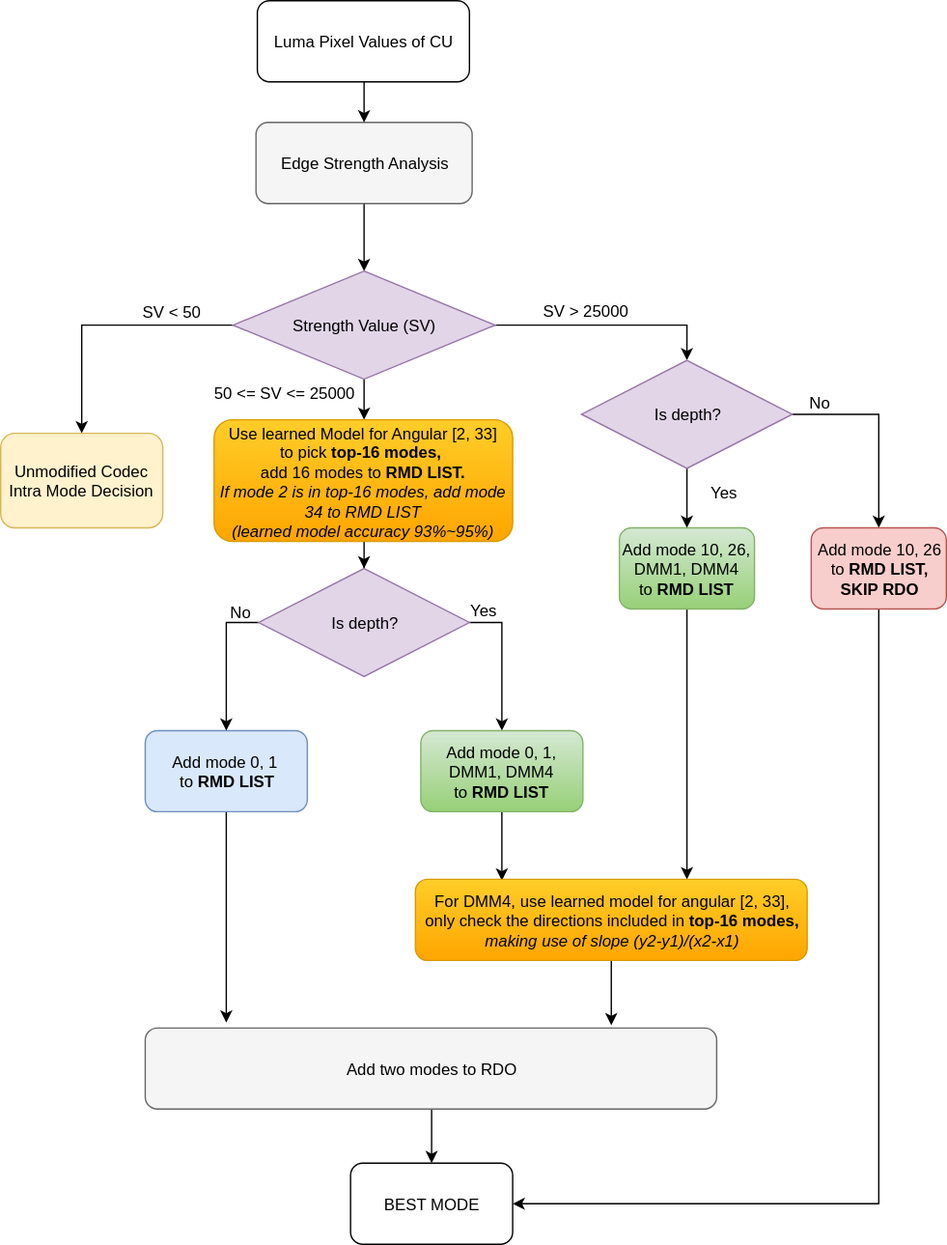
PharrellWANG/docs-for-fast-depth-coding-using-deep-learning keeps this draw.io diagram as _static/Proposed-Intra-Mode-Decision-Flowchart.svg. Above is the earlier version. Source tidied: cells renumbered, new cells last; positions are measured from the earlier drawing's top-left corner, leaving out a move shared by most shapes.
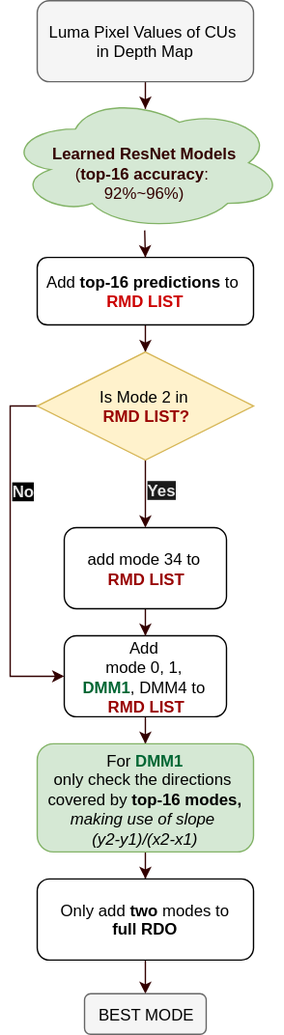
The same file after the commit.

The edit, as a diff of the source:
```diff
@@ -2,137 +2,76 @@
   <root>
     <mxCell id="0" />
     <mxCell id="1" parent="0" />
-    <mxCell id="2" style="edgeStyle=orthogonalEdgeStyle;rounded=0;html=1;entryX=0.5;entryY=0;jettySize=auto;" parent="1" edge="1" source="3" target="9">
-      <mxGeometry relative="1" as="geometry" />
-    </mxCell>
-    <mxCell id="3" value="Edge Strength Analysis" style="rounded=1;whiteSpace=wrap;html=1;gradientDirection=north;fillColor=#f5f5f5;strokeColor=#666666;" parent="1" vertex="1">
-      <mxGeometry x="189" y="90" width="160" height="60" as="geometry" />
-    </mxCell>
-    <mxCell id="4" style="edgeStyle=orthogonalEdgeStyle;rounded=0;html=1;exitX=0.5;exitY=1;entryX=0.5;entryY=0;jettySize=auto;" parent="1" edge="1" source="5" target="3">
-      <mxGeometry relative="1" as="geometry" />
-    </mxCell>
+    <mxCell id="40" style="edgeStyle=orthogonalEdgeStyle;rounded=0;html=1;entryX=0.502;entryY=0.1;entryPerimeter=0;jettySize=auto;strokeColor=#330000;" parent="1" edge="1" source="5" target="45">
+      <mxGeometry relative="1" as="geometry" />
+    </mxCell>
-    <mxCell id="5" value="Luma Pixel Values of CU" style="rounded=1;whiteSpace=wrap;html=1;fillColor=#ffffff;strokeColor=#000000;" parent="1" vertex="1">
-      <mxGeometry x="190" width="157" height="60" as="geometry" />
+    <mxCell id="5" value="Luma Pixel Values of CUs&amp;nbsp;&lt;div&gt;in Depth Map&lt;/div&gt;" style="rounded=1;whiteSpace=wrap;html=1;fillColor=#f5f5f5;strokeColor=#666666;" parent="1" vertex="1">
+      <mxGeometry x="190" y="-10" width="160" height="60" as="geometry" />
     </mxCell>
-    <mxCell id="6" style="edgeStyle=orthogonalEdgeStyle;rounded=0;html=1;jettySize=auto;entryX=0.5;entryY=0;" parent="1" edge="1" source="9" target="11">
-      <mxGeometry relative="1" as="geometry">
-        <Array as="points">
-          <mxPoint x="60" y="240" />
-        </Array>
-      </mxGeometry>
-    </mxCell>
-    <mxCell id="7" style="edgeStyle=orthogonalEdgeStyle;rounded=0;html=1;entryX=0.5;entryY=0;jettySize=auto;" parent="1" edge="1" source="9" target="29">
-      <mxGeometry relative="1" as="geometry" />
-    </mxCell>
-    <mxCell id="8" style="edgeStyle=orthogonalEdgeStyle;rounded=0;html=1;entryX=0.5;entryY=0;jettySize=auto;" parent="1" edge="1" source="9" target="14">
-      <mxGeometry relative="1" as="geometry" />
-    </mxCell>
-    <mxCell id="9" value="Strength Value (SV)" style="rhombus;whiteSpace=wrap;html=1;fillColor=#e1d5e7;strokeColor=#9673a6;" parent="1" vertex="1">
-      <mxGeometry x="172" y="200" width="194" height="80" as="geometry" />
-    </mxCell>
-    <mxCell id="10" value="SV &amp;lt; 50" style="text;html=1;strokeColor=none;fillColor=none;align=center;verticalAlign=middle;whiteSpace=wrap;" parent="1" vertex="1">
-      <mxGeometry x="86" y="220" width="80" height="20" as="geometry" />
-    </mxCell>
-    <mxCell id="11" value="Unmodified Codec Intra Mode Decision" style="rounded=1;whiteSpace=wrap;html=1;fillColor=#fff2cc;strokeColor=#d6b656;" parent="1" vertex="1">
-      <mxGeometry y="320" width="120" height="70" as="geometry" />
-    </mxCell>
-    <mxCell id="12" value="50 &amp;lt;= SV &amp;lt;= 25000" style="text;html=1;strokeColor=none;fillColor=none;align=center;verticalAlign=middle;whiteSpace=wrap;" parent="1" vertex="1">
-      <mxGeometry x="140" y="280" width="140" height="20" as="geometry" />
-    </mxCell>
-    <mxCell id="13" style="edgeStyle=orthogonalEdgeStyle;rounded=0;html=1;entryX=0.5;entryY=0;jettySize=auto;" parent="1" edge="1" source="14" target="19">
-      <mxGeometry relative="1" as="geometry" />
-    </mxCell>
+    <mxCell id="41" style="edgeStyle=orthogonalEdgeStyle;rounded=0;html=1;entryX=0.5;entryY=0;jettySize=auto;strokeColor=#330000;" parent="1" edge="1" source="14" target="49">
+      <mxGeometry relative="1" as="geometry" />
+    </mxCell>
-    <mxCell id="14" value="Use learned Model for Angular [2, 33]&lt;div&gt;to pick &lt;b&gt;top-16 modes,&amp;nbsp;&lt;/b&gt;&lt;/div&gt;&lt;div&gt;add 16 modes to &lt;b&gt;RMD LIST.&lt;/b&gt;&lt;/div&gt;&lt;div&gt;&lt;i&gt;If mode 2 is in top-16 modes, add mode 34 to RMD LIST&lt;/i&gt;&lt;/div&gt;&lt;div&gt;&lt;i&gt;(learned model accuracy 93%~95%)&lt;/i&gt;&lt;/div&gt;" style="rounded=1;whiteSpace=wrap;html=1;fillColor=#ffcd28;strokeColor=#d79b00;gradientColor=#ffa500;" parent="1" vertex="1">
-      <mxGeometry x="158" y="310" width="221" height="90" as="geometry" />
+    <mxCell id="14" value="&lt;div&gt;Add&amp;nbsp;&lt;b&gt;top-16 predictions&amp;nbsp;&lt;/b&gt;&lt;span&gt;to&amp;nbsp;&lt;/span&gt;&lt;/div&gt;&lt;div&gt;&lt;b&gt;&lt;font color=&quot;#cc0000&quot;&gt;RMD LIST&lt;/font&gt;&lt;/b&gt;&lt;/div&gt;" style="rounded=1;whiteSpace=wrap;html=1;fillColor=#ffffff;strokeColor=#000000;" parent="1" vertex="1">
+      <mxGeometry x="190" y="180" width="160" height="50" as="geometry" />
     </mxCell>
-    <mxCell id="15" style="edgeStyle=orthogonalEdgeStyle;rounded=0;html=1;entryX=0.142;entryY=-0.067;jettySize=auto;entryPerimeter=0;" parent="1" edge="1" source="16" target="38">
-      <mxGeometry relative="1" as="geometry" />
-    </mxCell>
-    <mxCell id="16" value="Add mode 0, 1&amp;nbsp;&lt;div&gt;to &lt;b&gt;RMD LIST&lt;/b&gt;&lt;/div&gt;" style="rounded=1;whiteSpace=wrap;html=1;fillColor=#dae8fc;strokeColor=#6c8ebf;" parent="1" vertex="1">
-      <mxGeometry x="107" y="540" width="120" height="60" as="geometry" />
-    </mxCell>
-    <mxCell id="17" style="edgeStyle=orthogonalEdgeStyle;rounded=0;html=1;entryX=0.5;entryY=0;jettySize=auto;" parent="1" edge="1" source="19" target="16">
-      <mxGeometry relative="1" as="geometry">
-        <Array as="points">
-          <mxPoint x="167" y="460" />
-        </Array>
-      </mxGeometry>
-    </mxCell>
-    <mxCell id="18" style="edgeStyle=orthogonalEdgeStyle;rounded=0;html=1;entryX=0.5;entryY=0;jettySize=auto;" parent="1" edge="1" source="19" target="22">
-      <mxGeometry relative="1" as="geometry">
-        <Array as="points">
-          <mxPoint x="371" y="460" />
-        </Array>
-      </mxGeometry>
-    </mxCell>
-    <mxCell id="19" value="Is depth?" style="rhombus;whiteSpace=wrap;html=1;fillColor=#e1d5e7;strokeColor=#9673a6;" parent="1" vertex="1">
-      <mxGeometry x="191" y="420" width="156" height="80" as="geometry" />
-    </mxCell>
-    <mxCell id="20" value="No" style="text;html=1;strokeColor=none;fillColor=none;align=center;verticalAlign=middle;whiteSpace=wrap;direction=south;" parent="1" vertex="1">
-      <mxGeometry x="167" y="412" width="20" height="80" as="geometry" />
-    </mxCell>
-    <mxCell id="21" style="edgeStyle=orthogonalEdgeStyle;rounded=0;html=1;entryX=0.221;entryY=0.017;entryPerimeter=0;jettySize=auto;" parent="1" edge="1" source="22" target="35">
+    <mxCell id="21" style="edgeStyle=orthogonalEdgeStyle;rounded=0;html=1;entryX=0.5;entryY=0;jettySize=auto;strokeColor=#330000;" parent="1" edge="1" source="22" target="35">
       <mxGeometry relative="1" as="geometry" />
     </mxCell>
-    <mxCell id="22" value="Add mode 0, 1, DMM1, DMM4&lt;div&gt;to&amp;nbsp;&lt;b&gt;RMD LIST&lt;/b&gt;&lt;br&gt;&lt;/div&gt;" style="rounded=1;whiteSpace=wrap;html=1;gradientColor=#97d077;fillColor=#d5e8d4;strokeColor=#82b366;" parent="1" vertex="1">
-      <mxGeometry x="311" y="540" width="120" height="60" as="geometry" />
+    <mxCell id="22" value="Add&amp;nbsp;&lt;div&gt;mode 0, 1,&amp;nbsp;&lt;/div&gt;&lt;div&gt;&lt;b&gt;&lt;font color=&quot;#006633&quot;&gt;DMM1&lt;/font&gt;&lt;/b&gt;, DMM4&amp;nbsp;&lt;span&gt;to&amp;nbsp;&lt;/span&gt;&lt;/div&gt;&lt;div&gt;&lt;b&gt;&lt;font color=&quot;#990000&quot;&gt;RMD LIST&lt;/font&gt;&lt;/b&gt;&lt;/div&gt;" style="rounded=1;whiteSpace=wrap;html=1;fillColor=#ffffff;strokeColor=#000000;" parent="1" vertex="1">
+      <mxGeometry x="210" y="460" width="120" height="60" as="geometry" />
     </mxCell>
-    <mxCell id="23" value="Yes" style="text;html=1;align=left;verticalAlign=top;spacingTop=-4;" parent="1" vertex="1">
-      <mxGeometry x="346" y="442" width="40" height="20" as="geometry" />
-    </mxCell>
-    <mxCell id="24" style="edgeStyle=orthogonalEdgeStyle;rounded=0;html=1;entryX=0.693;entryY=0;entryPerimeter=0;jettySize=auto;" parent="1" edge="1" source="25" target="35">
-      <mxGeometry relative="1" as="geometry" />
-    </mxCell>
-    <mxCell id="25" value="Add mode 10, 26, DMM1, DMM4&lt;div&gt;to &lt;b&gt;RMD LIST&lt;/b&gt;&lt;/div&gt;" style="rounded=1;whiteSpace=wrap;html=1;gradientColor=#97d077;fillColor=#d5e8d4;strokeColor=#82b366;" parent="1" vertex="1">
-      <mxGeometry x="458" y="390" width="100" height="60" as="geometry" />
-    </mxCell>
-    <mxCell id="26" value="SV &amp;gt; 25000" style="text;html=1;align=left;verticalAlign=top;spacingTop=-4;" parent="1" vertex="1">
-      <mxGeometry x="400" y="220" width="80" height="20" as="geometry" />
-    </mxCell>
-    <mxCell id="27" style="edgeStyle=orthogonalEdgeStyle;rounded=0;html=1;entryX=0.5;entryY=0;jettySize=auto;" parent="1" edge="1" source="29" target="25">
-      <mxGeometry relative="1" as="geometry" />
-    </mxCell>
-    <mxCell id="28" style="edgeStyle=orthogonalEdgeStyle;rounded=0;html=1;exitX=1;exitY=0.5;jettySize=auto;" parent="1" edge="1" source="29" target="32">
-      <mxGeometry relative="1" as="geometry" />
-    </mxCell>
-    <mxCell id="29" value="Is depth?" style="rhombus;whiteSpace=wrap;html=1;fillColor=#e1d5e7;strokeColor=#9673a6;" parent="1" vertex="1">
-      <mxGeometry x="430" y="266" width="156" height="80" as="geometry" />
-    </mxCell>
-    <mxCell id="30" value="Yes" style="text;html=1;align=left;verticalAlign=top;spacingTop=-4;" parent="1" vertex="1">
-      <mxGeometry x="524" y="355" width="40" height="20" as="geometry" />
-    </mxCell>
-    <mxCell id="31" style="edgeStyle=orthogonalEdgeStyle;rounded=0;html=1;entryX=1;entryY=0.5;jettySize=auto;" parent="1" edge="1" source="32" target="39">
-      <mxGeometry relative="1" as="geometry">
-        <Array as="points">
-          <mxPoint x="650" y="890" />
-        </Array>
-      </mxGeometry>
-    </mxCell>
-    <mxCell id="32" value="Add mode 10, 26&lt;div&gt;to &lt;b&gt;RMD LIST,&lt;/b&gt;&lt;/div&gt;&lt;div&gt;&lt;b&gt;SKIP RDO&lt;/b&gt;&lt;/div&gt;" style="rounded=1;whiteSpace=wrap;html=1;fillColor=#f8cecc;strokeColor=#b85450;" parent="1" vertex="1">
-      <mxGeometry x="600" y="390" width="100" height="60" as="geometry" />
-    </mxCell>
-    <mxCell id="33" value="No" style="text;html=1;align=left;verticalAlign=top;spacingTop=-4;" parent="1" vertex="1">
-      <mxGeometry x="597" y="288" width="30" height="20" as="geometry" />
-    </mxCell>
-    <mxCell id="34" style="edgeStyle=orthogonalEdgeStyle;rounded=0;html=1;jettySize=auto;" parent="1" edge="1" source="35">
-      <mxGeometry relative="1" as="geometry">
-        <mxPoint x="452" y="758" as="targetPoint" />
-      </mxGeometry>
-    </mxCell>
+    <mxCell id="42" style="edgeStyle=orthogonalEdgeStyle;rounded=0;html=1;entryX=0.5;entryY=0;jettySize=auto;strokeColor=#330000;" parent="1" edge="1" source="35" target="38">
+      <mxGeometry relative="1" as="geometry" />
+    </mxCell>
-    <mxCell id="35" value="For DMM4, use learned model for angular [2, 33],&lt;div&gt;only check the directions included in &lt;b&gt;top-16 modes,&lt;/b&gt;&lt;/div&gt;&lt;div&gt;&lt;i&gt;making use of slope (y2-y1)/(x2-x1)&lt;/i&gt;&lt;/div&gt;" style="rounded=1;whiteSpace=wrap;html=1;gradientColor=#ffa500;fillColor=#ffcd28;strokeColor=#d79b00;" parent="1" vertex="1">
-      <mxGeometry x="307" y="650" width="290" height="60" as="geometry" />
+    <mxCell id="35" value="For &lt;b&gt;&lt;font color=&quot;#006633&quot;&gt;DMM1&lt;/font&gt;&lt;/b&gt;&lt;div&gt;only check the directions&amp;nbsp;&lt;/div&gt;&lt;div&gt;covered by&amp;nbsp;&lt;b&gt;top-16 modes,&lt;/b&gt;&lt;/div&gt;&lt;div&gt;&lt;i&gt;making use of slope&amp;nbsp;&lt;/i&gt;&lt;/div&gt;&lt;div&gt;&lt;i&gt;(y2-y1)/(x2-x1)&lt;/i&gt;&lt;/div&gt;" style="rounded=1;whiteSpace=wrap;html=1;fillColor=#d5e8d4;strokeColor=#82b366;" parent="1" vertex="1">
+      <mxGeometry x="190" y="540" width="160" height="80" as="geometry" />
     </mxCell>
     <mxCell id="36" style="edgeStyle=orthogonalEdgeStyle;rounded=0;html=1;exitX=0.5;exitY=1;entryX=0.5;entryY=1;jettySize=auto;orthogonalLoop=1;" parent="1" edge="1" source="22" target="22">
       <mxGeometry relative="1" as="geometry" />
     </mxCell>
-    <mxCell id="37" style="edgeStyle=orthogonalEdgeStyle;rounded=0;html=1;entryX=0.5;entryY=0;jettySize=auto;" parent="1" edge="1" source="38" target="39">
+    <mxCell id="37" style="edgeStyle=orthogonalEdgeStyle;rounded=0;html=1;entryX=0.5;entryY=0;jettySize=auto;strokeColor=#330000;" parent="1" edge="1" source="38" target="39">
       <mxGeometry relative="1" as="geometry" />
     </mxCell>
-    <mxCell id="38" value="Add two modes to RDO" style="rounded=1;whiteSpace=wrap;html=1;fillColor=#f5f5f5;strokeColor=#666666;" parent="1" vertex="1">
-      <mxGeometry x="107" y="760" width="423" height="60" as="geometry" />
+    <mxCell id="38" value="Only add &lt;b&gt;two&lt;/b&gt; modes to &lt;b&gt;full&amp;nbsp;RDO&lt;/b&gt;" style="rounded=1;whiteSpace=wrap;html=1;fillColor=#ffffff;strokeColor=#000000;" parent="1" vertex="1">
+      <mxGeometry x="190" y="640" width="160" height="60" as="geometry" />
     </mxCell>
-    <mxCell id="39" value="BEST MODE" style="rounded=1;whiteSpace=wrap;html=1;gradientColor=none;" parent="1" vertex="1">
-      <mxGeometry x="259" y="860" width="120" height="60" as="geometry" />
+    <mxCell id="39" value="BEST MODE" style="rounded=1;whiteSpace=wrap;html=1;fillColor=#f5f5f5;strokeColor=#666666;" parent="1" vertex="1">
+      <mxGeometry x="225" y="725" width="90" height="30" as="geometry" />
     </mxCell>
+    <mxCell id="43" style="edgeStyle=orthogonalEdgeStyle;rounded=0;html=1;entryX=0.5;entryY=0;jettySize=auto;strokeColor=#330000;" parent="1" edge="1" source="13" target="22">
+      <mxGeometry relative="1" as="geometry" />
+    </mxCell>
+    <mxCell id="13" value="&lt;div&gt;&lt;br&gt;&lt;/div&gt;&lt;div&gt;add mode 34 to&amp;nbsp;&lt;/div&gt;&lt;div&gt;&lt;b&gt;&lt;font color=&quot;#990000&quot;&gt;RMD LIST&lt;/font&gt;&lt;/b&gt;&lt;/div&gt;&lt;div&gt;&lt;br&gt;&lt;/div&gt;" style="rounded=1;whiteSpace=wrap;html=1;fillColor=#ffffff;strokeColor=#000000;" parent="1" vertex="1">
+      <mxGeometry x="210" y="380" width="120" height="60" as="geometry" />
+    </mxCell>
+    <mxCell id="44" style="edgeStyle=orthogonalEdgeStyle;rounded=0;html=1;entryX=0.5;entryY=0;jettySize=auto;strokeColor=#330000;" parent="1" edge="1" source="45" target="14">
+      <mxGeometry relative="1" as="geometry" />
+    </mxCell>
+    <mxCell id="45" value="&lt;div&gt;&lt;b&gt;&lt;font color=&quot;#330000&quot;&gt;&lt;br&gt;&lt;/font&gt;&lt;/b&gt;&lt;/div&gt;&lt;b&gt;&lt;font color=&quot;#330000&quot;&gt;Learned ResNet Models&lt;/font&gt;&lt;/b&gt;&lt;div&gt;&lt;font color=&quot;#330000&quot;&gt;(&lt;b&gt;top-16 accuracy&lt;/b&gt;:&amp;nbsp;&lt;/font&gt;&lt;/div&gt;&lt;div&gt;&lt;font color=&quot;#330000&quot;&gt;92%~96%)&lt;/font&gt;&lt;/div&gt;" style="ellipse;shape=cloud;whiteSpace=wrap;html=1;glass=0;fillColor=#d5e8d4;strokeColor=#82b366;" parent="1" vertex="1">
+      <mxGeometry x="167" y="60" width="205" height="100" as="geometry" />
+    </mxCell>
+    <mxCell id="46" style="edgeStyle=orthogonalEdgeStyle;rounded=0;html=1;exitX=1;exitY=0.5;entryX=1;entryY=0.5;jettySize=auto;orthogonalLoop=1;strokeColor=#330000;" parent="1" edge="1" source="14" target="14">
+      <mxGeometry relative="1" as="geometry" />
+    </mxCell>
+    <mxCell id="47" style="edgeStyle=orthogonalEdgeStyle;rounded=0;html=1;entryX=0.5;entryY=0;jettySize=auto;strokeColor=#330000;" parent="1" edge="1" source="49" target="13">
+      <mxGeometry relative="1" as="geometry" />
+    </mxCell>
+    <mxCell id="48" style="edgeStyle=orthogonalEdgeStyle;rounded=0;html=1;entryX=0;entryY=0.5;jettySize=auto;strokeColor=#330000;exitX=0;exitY=0.5;" parent="1" edge="1" source="49" target="22">
+      <mxGeometry relative="1" as="geometry">
+        <Array as="points">
+          <mxPoint x="170" y="290" />
+          <mxPoint x="170" y="490" />
+        </Array>
+      </mxGeometry>
+    </mxCell>
+    <mxCell id="49" value="Is Mode 2 in&amp;nbsp;&lt;div&gt;&lt;b&gt;&lt;font color=&quot;#990000&quot;&gt;RMD LIST?&lt;/font&gt;&lt;/b&gt;&lt;/div&gt;" style="rhombus;whiteSpace=wrap;html=1;glass=0;fillColor=#fff2cc;strokeColor=#d6b656;" parent="1" vertex="1">
+      <mxGeometry x="190" y="250" width="160" height="80" as="geometry" />
+    </mxCell>
+    <mxCell id="50" value="&lt;b&gt;&lt;font style=&quot;background-color: rgb(26 , 26 , 26)&quot; color=&quot;#e6e6e6&quot;&gt;Yes&lt;/font&gt;&lt;/b&gt;" style="text;html=1;align=left;verticalAlign=top;spacingTop=-4;" parent="1" vertex="1">
+      <mxGeometry x="270" y="343" width="40" height="20" as="geometry" />
+    </mxCell>
+    <mxCell id="51" value="&lt;b&gt;&lt;font style=&quot;background-color: rgb(0 , 0 , 0)&quot; color=&quot;#e6e6e6&quot;&gt;No&lt;/font&gt;&lt;/b&gt;" style="text;html=1;align=left;verticalAlign=top;spacingTop=-4;" parent="1" vertex="1">
+      <mxGeometry x="170" y="344" width="30" height="20" as="geometry" />
+    </mxCell>
   </root>
 </mxGraphModel>
```
